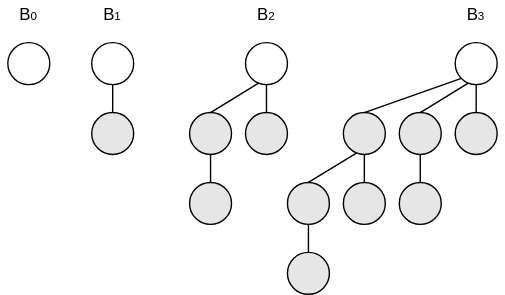
Earlier version of the draw.io export DSA/note/binomial heap.drawio.svg (xuese0513/image). Source tidied: cells renumbered, new cells last; positions are measured from the earlier drawing's top-left corner, leaving out a move shared by most shapes. Its diagram source:
```xml
<mxGraphModel>
  <root>
    <mxCell id="0" />
    <mxCell id="1" parent="0" />
    <mxCell id="2" style="ellipse;whiteSpace=wrap;html=1;fillColor=#FFFFFF;fontColor=#000000;" parent="1" vertex="1">
      <mxGeometry x="5" y="30" width="30" height="30" as="geometry" />
    </mxCell>
    <mxCell id="3" style="ellipse;whiteSpace=wrap;html=1;fillColor=#FFFFFF;fontColor=#000000;" parent="1" vertex="1">
      <mxGeometry x="65" y="30" width="30" height="30" as="geometry" />
    </mxCell>
    <mxCell id="4" style="ellipse;whiteSpace=wrap;html=1;fillColor=#E6E6E6;fontColor=#000000;" parent="1" vertex="1">
      <mxGeometry x="65" y="80" width="30" height="30" as="geometry" />
    </mxCell>
    <mxCell id="5" style="ellipse;whiteSpace=wrap;html=1;fillColor=#FFFFFF;fontColor=#000000;" parent="1" vertex="1">
      <mxGeometry x="175" y="30" width="30" height="30" as="geometry" />
    </mxCell>
    <mxCell id="6" style="ellipse;whiteSpace=wrap;html=1;fillColor=#E6E6E6;fontColor=#000000;" parent="1" vertex="1">
      <mxGeometry x="175" y="80" width="30" height="30" as="geometry" />
    </mxCell>
    <mxCell id="7" style="ellipse;whiteSpace=wrap;html=1;fillColor=#E6E6E6;fontColor=#000000;" parent="1" vertex="1">
      <mxGeometry x="135" y="80" width="30" height="30" as="geometry" />
    </mxCell>
    <mxCell id="8" style="ellipse;whiteSpace=wrap;html=1;fillColor=#E6E6E6;fontColor=#000000;" parent="1" vertex="1">
      <mxGeometry x="135" y="130" width="30" height="30" as="geometry" />
    </mxCell>
    <mxCell id="9" style="endArrow=none;html=1;entryX=0.5;entryY=1;entryDx=0;entryDy=0;exitX=0.5;exitY=0;exitDx=0;exitDy=0;" parent="1" edge="1" source="4" target="3">
      <mxGeometry relative="1" as="geometry" />
    </mxCell>
    <mxCell id="10" style="endArrow=none;html=1;entryX=0.5;entryY=1;entryDx=0;entryDy=0;exitX=0.5;exitY=0;exitDx=0;exitDy=0;" parent="1" edge="1" source="6" target="5">
      <mxGeometry relative="1" as="geometry" />
    </mxCell>
    <mxCell id="11" style="endArrow=none;html=1;exitX=0.5;exitY=0;exitDx=0;exitDy=0;entryX=0.311;entryY=0.967;entryDx=0;entryDy=0;entryPerimeter=0;" parent="1" edge="1" source="7" target="5">
      <mxGeometry relative="1" as="geometry" />
    </mxCell>
    <mxCell id="12" style="endArrow=none;html=1;entryX=0.5;entryY=1;entryDx=0;entryDy=0;exitX=0.5;exitY=0;exitDx=0;exitDy=0;" parent="1" edge="1" source="8" target="7">
      <mxGeometry relative="1" as="geometry" />
    </mxCell>
    <mxCell id="13" style="ellipse;whiteSpace=wrap;html=1;fillColor=#FFFFFF;fontColor=#000000;" parent="1" vertex="1">
      <mxGeometry x="325" y="30" width="30" height="30" as="geometry" />
    </mxCell>
    <mxCell id="14" style="ellipse;whiteSpace=wrap;html=1;fillColor=#E6E6E6;fontColor=#000000;" parent="1" vertex="1">
      <mxGeometry x="325" y="80" width="30" height="30" as="geometry" />
    </mxCell>
    <mxCell id="15" style="ellipse;whiteSpace=wrap;html=1;fillColor=#E6E6E6;fontColor=#000000;" parent="1" vertex="1">
      <mxGeometry x="285" y="80" width="30" height="30" as="geometry" />
    </mxCell>
    <mxCell id="16" style="ellipse;whiteSpace=wrap;html=1;fillColor=#E6E6E6;fontColor=#000000;" parent="1" vertex="1">
      <mxGeometry x="285" y="130" width="30" height="30" as="geometry" />
    </mxCell>
    <mxCell id="17" style="endArrow=none;html=1;entryX=0.5;entryY=1;entryDx=0;entryDy=0;exitX=0.5;exitY=0;exitDx=0;exitDy=0;" parent="1" edge="1" source="14" target="13">
      <mxGeometry relative="1" as="geometry" />
    </mxCell>
    <mxCell id="18" style="endArrow=none;html=1;exitX=0.5;exitY=0;exitDx=0;exitDy=0;entryX=0.311;entryY=0.967;entryDx=0;entryDy=0;entryPerimeter=0;" parent="1" edge="1" source="15" target="13">
      <mxGeometry relative="1" as="geometry" />
    </mxCell>
    <mxCell id="19" style="endArrow=none;html=1;entryX=0.5;entryY=1;entryDx=0;entryDy=0;exitX=0.5;exitY=0;exitDx=0;exitDy=0;" parent="1" edge="1" source="16" target="15">
      <mxGeometry relative="1" as="geometry" />
    </mxCell>
    <mxCell id="20" style="ellipse;whiteSpace=wrap;html=1;fillColor=#E6E6E6;fontColor=#000000;" parent="1" vertex="1">
      <mxGeometry x="245" y="80" width="30" height="30" as="geometry" />
    </mxCell>
    <mxCell id="21" style="ellipse;whiteSpace=wrap;html=1;fillColor=#E6E6E6;fontColor=#000000;" parent="1" vertex="1">
      <mxGeometry x="245" y="130" width="30" height="30" as="geometry" />
    </mxCell>
    <mxCell id="22" style="ellipse;whiteSpace=wrap;html=1;fillColor=#E6E6E6;fontColor=#000000;" parent="1" vertex="1">
      <mxGeometry x="205" y="130" width="30" height="30" as="geometry" />
    </mxCell>
    <mxCell id="23" style="ellipse;whiteSpace=wrap;html=1;fillColor=#E6E6E6;fontColor=#000000;" parent="1" vertex="1">
      <mxGeometry x="205" y="180" width="30" height="30" as="geometry" />
    </mxCell>
    <mxCell id="24" style="endArrow=none;html=1;entryX=0.5;entryY=1;entryDx=0;entryDy=0;exitX=0.5;exitY=0;exitDx=0;exitDy=0;" parent="1" edge="1" source="21" target="20">
      <mxGeometry relative="1" as="geometry" />
    </mxCell>
    <mxCell id="25" style="endArrow=none;html=1;exitX=0.5;exitY=0;exitDx=0;exitDy=0;entryX=0.311;entryY=0.967;entryDx=0;entryDy=0;entryPerimeter=0;" parent="1" edge="1" source="22" target="20">
      <mxGeometry relative="1" as="geometry" />
    </mxCell>
    <mxCell id="26" style="endArrow=none;html=1;entryX=0.5;entryY=1;entryDx=0;entryDy=0;exitX=0.5;exitY=0;exitDx=0;exitDy=0;" parent="1" edge="1" source="23" target="22">
      <mxGeometry relative="1" as="geometry" />
    </mxCell>
    <mxCell id="27" style="endArrow=none;html=1;exitX=0.5;exitY=0;exitDx=0;exitDy=0;entryX=0;entryY=1;entryDx=0;entryDy=0;" parent="1" edge="1" source="20" target="13">
      <mxGeometry relative="1" as="geometry" />
    </mxCell>
    <mxCell id="28" value="B&lt;span style=&quot;font-size: 8.33333px&quot;&gt;0&lt;/span&gt;" style="text;html=1;strokeColor=none;fillColor=none;align=center;verticalAlign=middle;whiteSpace=wrap;rounded=0;" parent="1" vertex="1">
      <mxGeometry width="40" height="20" as="geometry" />
    </mxCell>
    <mxCell id="29" value="B&lt;span style=&quot;font-size: 8.33333px&quot;&gt;1&lt;/span&gt;" style="text;html=1;strokeColor=none;fillColor=none;align=center;verticalAlign=middle;whiteSpace=wrap;rounded=0;" parent="1" vertex="1">
      <mxGeometry x="60" width="40" height="20" as="geometry" />
    </mxCell>
    <mxCell id="30" value="B&lt;span style=&quot;font-size: 8.33333px&quot;&gt;2&lt;/span&gt;" style="text;html=1;strokeColor=none;fillColor=none;align=center;verticalAlign=middle;whiteSpace=wrap;rounded=0;" parent="1" vertex="1">
      <mxGeometry x="170" width="40" height="20" as="geometry" />
    </mxCell>
    <mxCell id="31" value="B&lt;span style=&quot;font-size: 8.33333px&quot;&gt;3&lt;/span&gt;" style="text;html=1;strokeColor=none;fillColor=none;align=center;verticalAlign=middle;whiteSpace=wrap;rounded=0;" parent="1" vertex="1">
      <mxGeometry x="320" width="40" height="20" as="geometry" />
    </mxCell>
  </root>
</mxGraphModel>
```
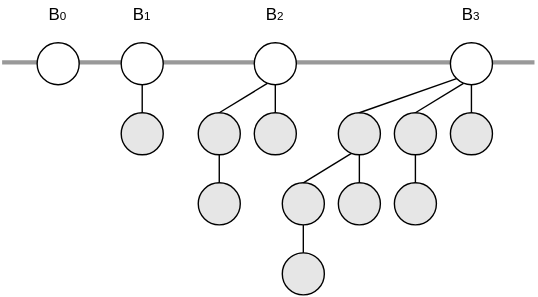
After the change.

The edit, as a diff of the source:
```diff
@@ -2,26 +2,32 @@
   <root>
     <mxCell id="0" />
     <mxCell id="1" parent="0" />
+    <mxCell id="32" style="endArrow=none;html=1;strokeWidth=3;strokeColor=#999999;" parent="1" edge="1">
+      <mxGeometry relative="1" as="geometry">
+        <mxPoint x="5" y="44" as="sourcePoint" />
+        <mxPoint x="385" y="44" as="targetPoint" />
+      </mxGeometry>
+    </mxCell>
     <mxCell id="2" style="ellipse;whiteSpace=wrap;html=1;fillColor=#FFFFFF;fontColor=#000000;" parent="1" vertex="1">
-      <mxGeometry x="5" y="30" width="30" height="30" as="geometry" />
+      <mxGeometry x="30" y="30" width="30" height="30" as="geometry" />
     </mxCell>
     <mxCell id="3" style="ellipse;whiteSpace=wrap;html=1;fillColor=#FFFFFF;fontColor=#000000;" parent="1" vertex="1">
-      <mxGeometry x="65" y="30" width="30" height="30" as="geometry" />
+      <mxGeometry x="90" y="30" width="30" height="30" as="geometry" />
     </mxCell>
     <mxCell id="4" style="ellipse;whiteSpace=wrap;html=1;fillColor=#E6E6E6;fontColor=#000000;" parent="1" vertex="1">
-      <mxGeometry x="65" y="80" width="30" height="30" as="geometry" />
+      <mxGeometry x="90" y="80" width="30" height="30" as="geometry" />
     </mxCell>
     <mxCell id="5" style="ellipse;whiteSpace=wrap;html=1;fillColor=#FFFFFF;fontColor=#000000;" parent="1" vertex="1">
-      <mxGeometry x="175" y="30" width="30" height="30" as="geometry" />
+      <mxGeometry x="185" y="30" width="30" height="30" as="geometry" />
     </mxCell>
     <mxCell id="6" style="ellipse;whiteSpace=wrap;html=1;fillColor=#E6E6E6;fontColor=#000000;" parent="1" vertex="1">
-      <mxGeometry x="175" y="80" width="30" height="30" as="geometry" />
+      <mxGeometry x="185" y="80" width="30" height="30" as="geometry" />
     </mxCell>
     <mxCell id="7" style="ellipse;whiteSpace=wrap;html=1;fillColor=#E6E6E6;fontColor=#000000;" parent="1" vertex="1">
-      <mxGeometry x="135" y="80" width="30" height="30" as="geometry" />
+      <mxGeometry x="145" y="80" width="30" height="30" as="geometry" />
     </mxCell>
     <mxCell id="8" style="ellipse;whiteSpace=wrap;html=1;fillColor=#E6E6E6;fontColor=#000000;" parent="1" vertex="1">
-      <mxGeometry x="135" y="130" width="30" height="30" as="geometry" />
+      <mxGeometry x="145" y="130" width="30" height="30" as="geometry" />
     </mxCell>
     <mxCell id="9" style="endArrow=none;html=1;entryX=0.5;entryY=1;entryDx=0;entryDy=0;exitX=0.5;exitY=0;exitDx=0;exitDy=0;" parent="1" edge="1" source="4" target="3">
       <mxGeometry relative="1" as="geometry" />
@@ -81,13 +87,13 @@
       <mxGeometry relative="1" as="geometry" />
     </mxCell>
     <mxCell id="28" value="B&lt;span style=&quot;font-size: 8.33333px&quot;&gt;0&lt;/span&gt;" style="text;html=1;strokeColor=none;fillColor=none;align=center;verticalAlign=middle;whiteSpace=wrap;rounded=0;" parent="1" vertex="1">
-      <mxGeometry width="40" height="20" as="geometry" />
+      <mxGeometry x="25" width="40" height="20" as="geometry" />
     </mxCell>
     <mxCell id="29" value="B&lt;span style=&quot;font-size: 8.33333px&quot;&gt;1&lt;/span&gt;" style="text;html=1;strokeColor=none;fillColor=none;align=center;verticalAlign=middle;whiteSpace=wrap;rounded=0;" parent="1" vertex="1">
-      <mxGeometry x="60" width="40" height="20" as="geometry" />
+      <mxGeometry x="85" width="40" height="20" as="geometry" />
     </mxCell>
     <mxCell id="30" value="B&lt;span style=&quot;font-size: 8.33333px&quot;&gt;2&lt;/span&gt;" style="text;html=1;strokeColor=none;fillColor=none;align=center;verticalAlign=middle;whiteSpace=wrap;rounded=0;" parent="1" vertex="1">
-      <mxGeometry x="170" width="40" height="20" as="geometry" />
+      <mxGeometry x="180" width="40" height="20" as="geometry" />
     </mxCell>
     <mxCell id="31" value="B&lt;span style=&quot;font-size: 8.33333px&quot;&gt;3&lt;/span&gt;" style="text;html=1;strokeColor=none;fillColor=none;align=center;verticalAlign=middle;whiteSpace=wrap;rounded=0;" parent="1" vertex="1">
       <mxGeometry x="320" width="40" height="20" as="geometry" />
```
